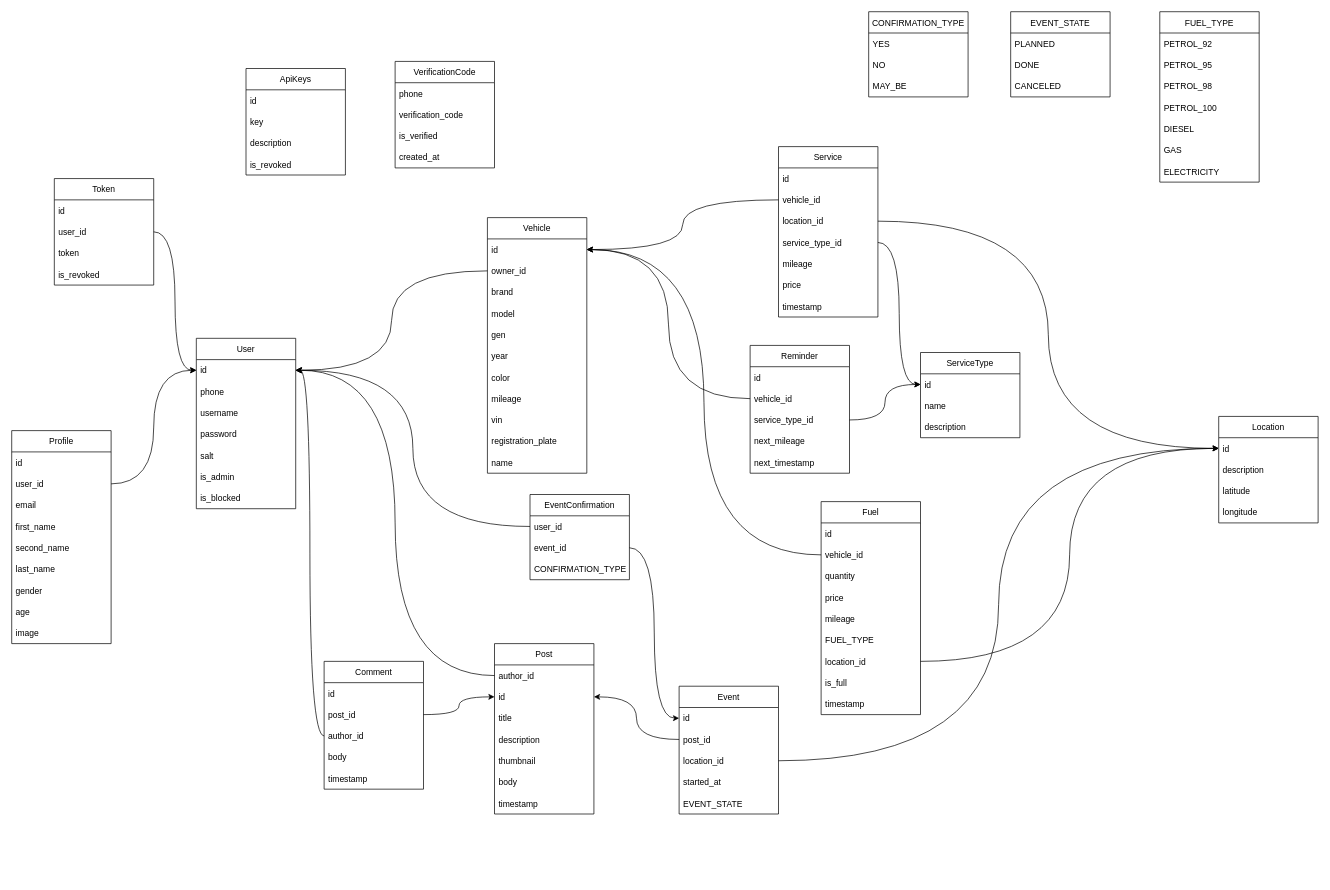
Before: page "database models" (1 of 2) of schema.drawio in jadjer/mores, a draw.io diagram. Source tidied: cells renumbered, new cells numbered last; positions are measured from the earlier drawing's top-left corner, leaving out a move shared by most shapes. Both pictures are drawn from the tidied source at 71%, with x=0, y=0 at pixel (11, 11).
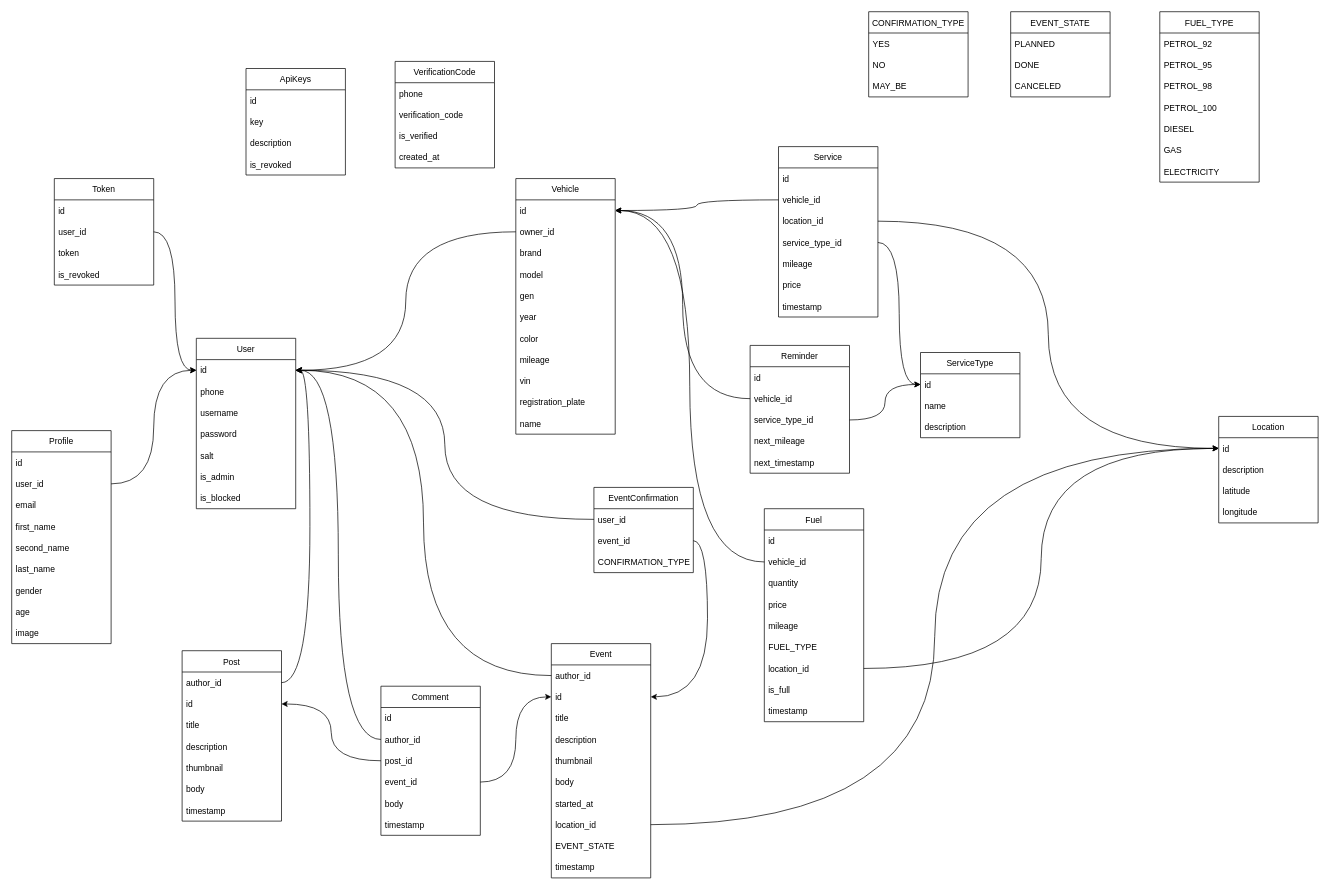
Above is the later version.

The change refers to these unchanged cells:
```xml
<mxCell id="3" value="id" style="text;strokeColor=none;fillColor=none;align=left;verticalAlign=middle;spacingLeft=4;spacingRight=4;overflow=hidden;points=[[0,0.5],[1,0.5]];portConstraint=eastwest;" parent="2" vertex="1">
  <mxGeometry y="30" width="140" height="30" as="geometry" />
</mxCell>
<mxCell id="63" value="id" style="text;strokeColor=none;fillColor=none;align=left;verticalAlign=middle;spacingLeft=4;spacingRight=4;overflow=hidden;points=[[0,0.5],[1,0.5]];portConstraint=eastwest;" parent="61" vertex="1">
  <mxGeometry y="60" width="140" height="30" as="geometry" />
</mxCell>
```

The edit, as a diff of the source:
```diff
@@
     <mxCell id="10" value="Vehicle" style="swimlane;fontStyle=0;horizontal=1;startSize=30;" parent="1" vertex="1">
-      <mxGeometry x="670" y="290" width="140" height="360" as="geometry" />
+      <mxGeometry x="710" y="235" width="140" height="360" as="geometry" />
     </mxCell>
@@
     <mxCell id="49" value="Event" style="swimlane;fontStyle=0;horizontal=1;startSize=30;" parent="1" vertex="1">
-      <mxGeometry x="940" y="950" width="140" height="180" as="geometry" />
+      <mxGeometry x="760" y="890" width="140" height="330" as="geometry" />
     </mxCell>
+    <mxCell id="137" value="author_id" style="text;strokeColor=none;fillColor=none;align=left;verticalAlign=middle;spacingLeft=4;spacingRight=4;overflow=hidden;points=[[0,0.5],[1,0.5]];portConstraint=eastwest;" parent="49" vertex="1">
+      <mxGeometry y="30" width="140" height="30" as="geometry" />
+    </mxCell>
     <mxCell id="50" value="id" style="text;strokeColor=none;fillColor=none;align=left;verticalAlign=middle;spacingLeft=4;spacingRight=4;overflow=hidden;points=[[0,0.5],[1,0.5]];portConstraint=eastwest;" parent="49" vertex="1">
-      <mxGeometry y="30" width="140" height="30" as="geometry" />
+      <mxGeometry y="60" width="140" height="30" as="geometry" />
     </mxCell>
-    <mxCell id="51" value="post_id" style="text;strokeColor=none;fillColor=none;align=left;verticalAlign=middle;spacingLeft=4;spacingRight=4;overflow=hidden;points=[[0,0.5],[1,0.5]];portConstraint=eastwest;" parent="49" vertex="1">
-      <mxGeometry y="60" width="140" height="30" as="geometry" />
-    </mxCell>
+    <mxCell id="138" value="title" style="text;strokeColor=none;fillColor=none;align=left;verticalAlign=middle;spacingLeft=4;spacingRight=4;overflow=hidden;" parent="49" vertex="1">
+      <mxGeometry y="90" width="140" height="30" as="geometry" />
+    </mxCell>
+    <mxCell id="139" value="description" style="text;strokeColor=none;fillColor=none;align=left;verticalAlign=middle;spacingLeft=4;spacingRight=4;overflow=hidden;" parent="49" vertex="1">
+      <mxGeometry y="120" width="140" height="30" as="geometry" />
+    </mxCell>
+    <mxCell id="140" value="thumbnail" style="text;strokeColor=none;fillColor=none;align=left;verticalAlign=middle;spacingLeft=4;spacingRight=4;overflow=hidden;" parent="49" vertex="1">
+      <mxGeometry y="150" width="140" height="30" as="geometry" />
+    </mxCell>
+    <mxCell id="141" value="body" style="text;strokeColor=none;fillColor=none;align=left;verticalAlign=middle;spacingLeft=4;spacingRight=4;overflow=hidden;" parent="49" vertex="1">
+      <mxGeometry y="180" width="140" height="30" as="geometry" />
+    </mxCell>
+    <mxCell id="53" value="started_at" style="text;strokeColor=none;fillColor=none;align=left;verticalAlign=middle;spacingLeft=4;spacingRight=4;overflow=hidden;" parent="49" vertex="1">
+      <mxGeometry y="210" width="140" height="30" as="geometry" />
+    </mxCell>
     <mxCell id="52" value="location_id" style="text;strokeColor=none;fillColor=none;align=left;verticalAlign=middle;spacingLeft=4;spacingRight=4;overflow=hidden;points=[[0,0.5],[1,0.5]];portConstraint=eastwest;" parent="49" vertex="1">
-      <mxGeometry y="90" width="140" height="30" as="geometry" />
+      <mxGeometry y="240" width="140" height="30" as="geometry" />
     </mxCell>
-    <mxCell id="53" value="started_at" style="text;strokeColor=none;fillColor=none;align=left;verticalAlign=middle;spacingLeft=4;spacingRight=4;overflow=hidden;" parent="49" vertex="1">
-      <mxGeometry y="120" width="140" height="30" as="geometry" />
-    </mxCell>
     <mxCell id="54" value="EVENT_STATE" style="text;strokeColor=none;fillColor=none;align=left;verticalAlign=middle;spacingLeft=4;spacingRight=4;overflow=hidden;" parent="49" vertex="1">
-      <mxGeometry y="150" width="140" height="30" as="geometry" />
+      <mxGeometry y="270" width="140" height="30" as="geometry" />
     </mxCell>
+    <mxCell id="142" value="timestamp" style="text;strokeColor=none;fillColor=none;align=left;verticalAlign=middle;spacingLeft=4;spacingRight=4;overflow=hidden;" parent="49" vertex="1">
+      <mxGeometry y="300" width="140" height="30" as="geometry" />
+    </mxCell>
     <mxCell id="55" value="Comment" style="swimlane;fontStyle=0;horizontal=1;startSize=30;" parent="1" vertex="1">
-      <mxGeometry x="440" y="915" width="140" height="180" as="geometry" />
+      <mxGeometry x="520" y="950" width="140" height="210" as="geometry" />
     </mxCell>
@@
+    <mxCell id="58" value="author_id" style="text;strokeColor=none;fillColor=none;align=left;verticalAlign=middle;spacingLeft=4;spacingRight=4;overflow=hidden;points=[[0,0.5],[1,0.5]];portConstraint=eastwest;" parent="55" vertex="1">
+      <mxGeometry y="60" width="140" height="30" as="geometry" />
+    </mxCell>
     <mxCell id="57" value="post_id" style="text;strokeColor=none;fillColor=none;align=left;verticalAlign=middle;spacingLeft=4;spacingRight=4;overflow=hidden;points=[[0,0.5],[1,0.5]];portConstraint=eastwest;" parent="55" vertex="1">
-      <mxGeometry y="60" width="140" height="30" as="geometry" />
+      <mxGeometry y="90" width="140" height="30" as="geometry" />
     </mxCell>
-    <mxCell id="58" value="author_id" style="text;strokeColor=none;fillColor=none;align=left;verticalAlign=middle;spacingLeft=4;spacingRight=4;overflow=hidden;points=[[0,0.5],[1,0.5]];portConstraint=eastwest;" parent="55" vertex="1">
-      <mxGeometry y="90" width="140" height="30" as="geometry" />
-    </mxCell>
+    <mxCell id="143" value="event_id" style="text;strokeColor=none;fillColor=none;align=left;verticalAlign=middle;spacingLeft=4;spacingRight=4;overflow=hidden;points=[[0,0.5],[1,0.5]];portConstraint=eastwest;" parent="55" vertex="1">
+      <mxGeometry y="120" width="140" height="30" as="geometry" />
+    </mxCell>
     <mxCell id="59" value="body" style="text;strokeColor=none;fillColor=none;align=left;verticalAlign=middle;spacingLeft=4;spacingRight=4;overflow=hidden;" parent="55" vertex="1">
-      <mxGeometry y="120" width="140" height="30" as="geometry" />
+      <mxGeometry y="150" width="140" height="30" as="geometry" />
     </mxCell>
     <mxCell id="60" value="timestamp" style="text;strokeColor=none;fillColor=none;align=left;verticalAlign=middle;spacingLeft=4;spacingRight=4;overflow=hidden;" parent="55" vertex="1">
-      <mxGeometry y="150" width="140" height="30" as="geometry" />
+      <mxGeometry y="180" width="140" height="30" as="geometry" />
     </mxCell>
     <mxCell id="61" value="Post" style="swimlane;fontStyle=0;horizontal=1;startSize=30;" parent="1" vertex="1">
-      <mxGeometry x="680" y="890" width="140" height="240" as="geometry" />
+      <mxGeometry x="240" y="900" width="140" height="240" as="geometry" />
     </mxCell>
@@
     <mxCell id="73" value="EventConfirmation" style="swimlane;fontStyle=0;horizontal=1;startSize=30;" parent="1" vertex="1">
-      <mxGeometry x="730" y="680" width="140" height="120" as="geometry" />
+      <mxGeometry x="820" y="670" width="140" height="120" as="geometry" />
     </mxCell>
@@
     <mxCell id="86" value="Fuel" style="swimlane;fontStyle=0;horizontal=1;startSize=30;" parent="1" vertex="1">
-      <mxGeometry x="1140" y="690" width="140" height="300" as="geometry" />
+      <mxGeometry x="1060" y="700" width="140" height="300" as="geometry" />
     </mxCell>
@@
-    <mxCell id="114" style="edgeStyle=orthogonalEdgeStyle;rounded=0;jettySize=auto;html=1;exitX=0;exitY=0.5;exitDx=0;exitDy=0;curved=1;" parent="1" edge="1" source="51" target="63">
-      <mxGeometry relative="1" as="geometry" />
-    </mxCell>
@@
+    <mxCell id="144" style="edgeStyle=orthogonalEdgeStyle;rounded=0;jettySize=auto;html=1;curved=1;" parent="1" edge="1" source="143" target="50">
+      <mxGeometry relative="1" as="geometry" />
+    </mxCell>
+    <mxCell id="145" style="edgeStyle=orthogonalEdgeStyle;curved=1;rounded=0;jettySize=auto;html=1;" parent="1" edge="1" source="137" target="3">
+      <mxGeometry relative="1" as="geometry" />
+    </mxCell>
```
